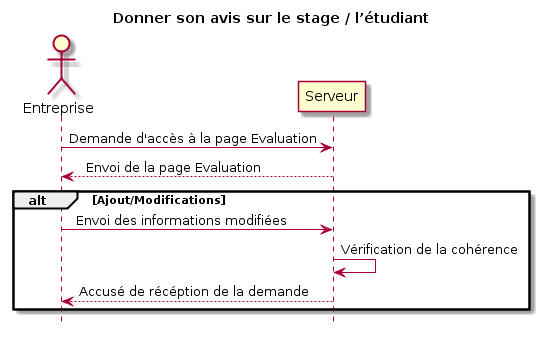
Before: Diagramme/ENTREPRISE/Donner son avis sur le stage etudiant.png, a diagram exported from PlantUML (Lilieon/MOCI---Projet-stage).
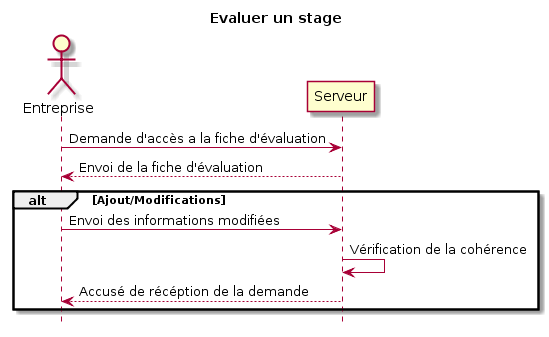
Above is the later version.

Change to the diagram source:
```diff
@@ -1,14 +1,14 @@
 @startuml
-title Donner son avis sur le stage / l?étudiant
+title Evaluer un stage
 
 
 actor Entreprise
 
 
-Entreprise  -> Serveur: Demande d'accès à la page Evaluation
-Serveur --> Entreprise : Envois de la page Evaluation
+Entreprise  -> Serveur: Demande d'accès a la fiche d'évaluation
+Serveur --> Entreprise : Envoi de la fiche d'évaluation
 alt Ajout/Modifications
-	Entreprise  -> Serveur: Envois des informations modifiées
+	Entreprise  -> Serveur: Envoi des informations modifiées
 	Serveur -> Serveur: Vérification de la cohérence
 	Serveur --> Entreprise : Accusé de récéption de la demande
 end
```
